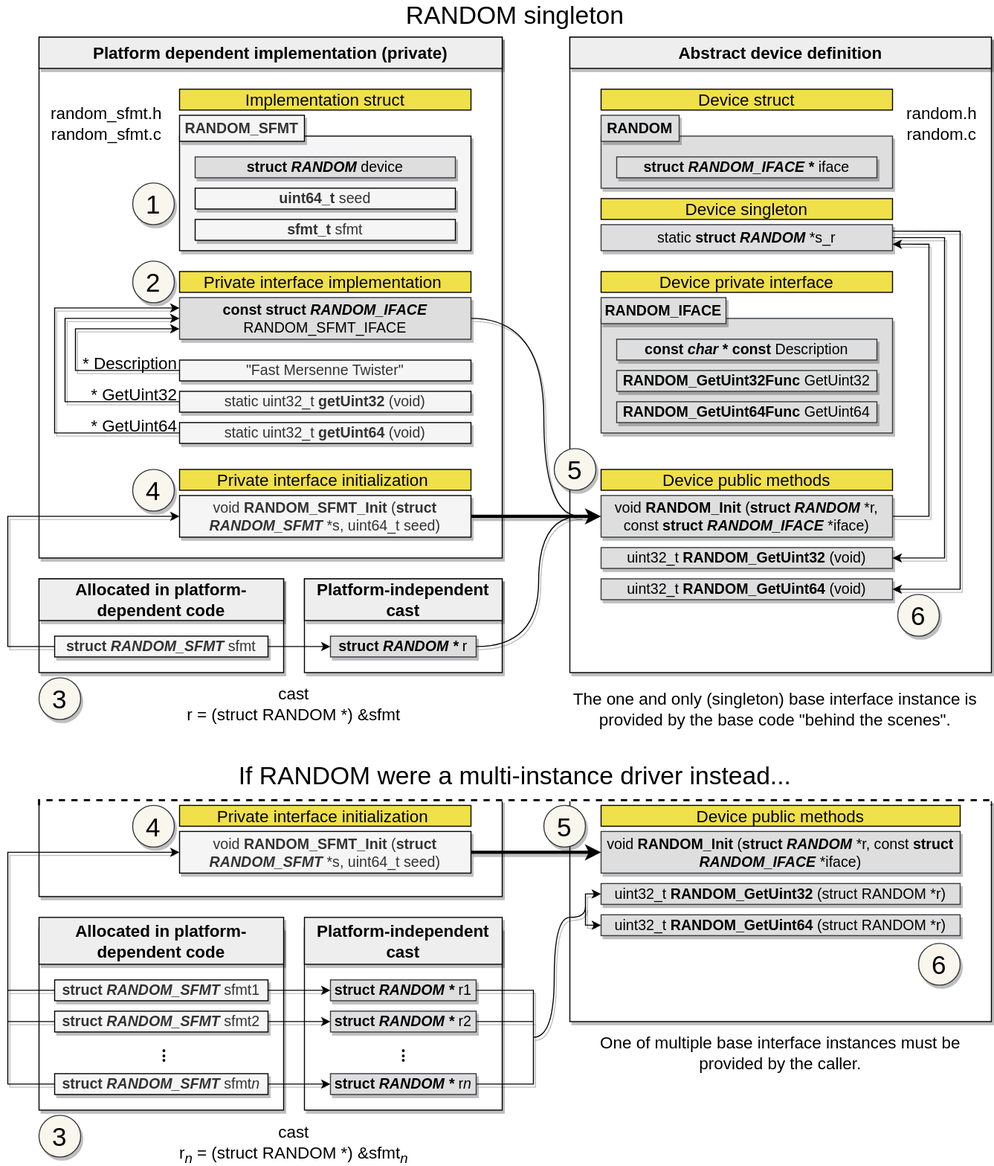
Earlier version of the draw.io export documentation/source/images/driver_model.drawio.svg (embedular/embedul.ar). Source tidied: cells renumbered, new cells last; positions are measured from the earlier drawing's top-left corner, leaving out a move shared by most shapes.
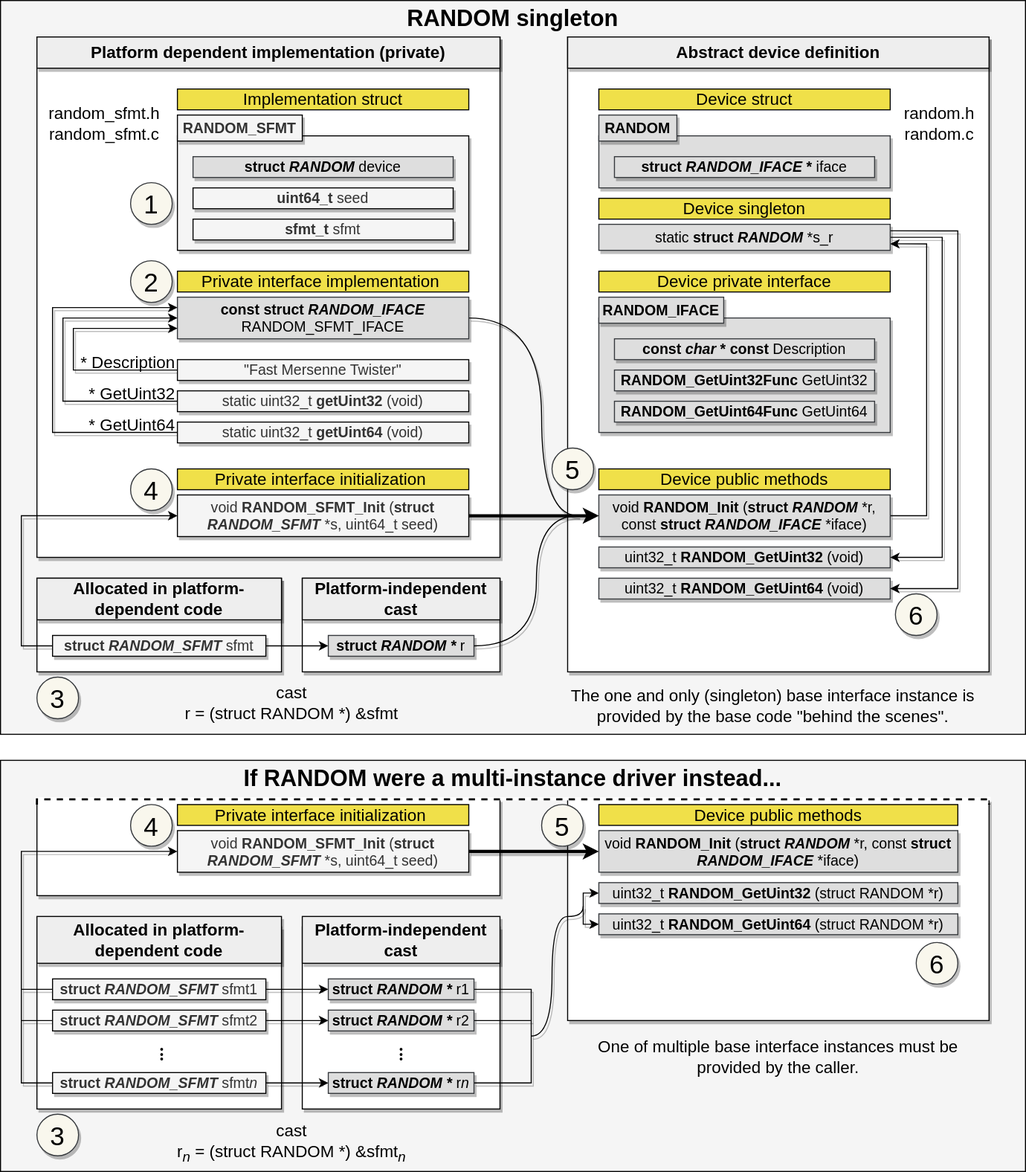
The same diagram one commit later.

Commit message:
Added background in driver model documentation diagram

Change to the diagram source:
```diff
@@ -2,6 +2,12 @@
   <root>
     <mxCell id="0" />
     <mxCell id="1" parent="0" />
+    <mxCell id="107" style="rounded=0;whiteSpace=wrap;html=1;shadow=0;fillColor=#F5F5F5;" parent="1" vertex="1">
+      <mxGeometry x="-5" y="730" width="985" height="395" as="geometry" />
+    </mxCell>
+    <mxCell id="108" style="rounded=0;whiteSpace=wrap;html=1;shadow=0;fillColor=#F5F5F5;" parent="1" vertex="1">
+      <mxGeometry x="-5" width="985" height="705" as="geometry" />
+    </mxCell>
     <mxCell id="2" style="rounded=0;whiteSpace=wrap;html=1;labelBackgroundColor=none;strokeColor=default;fillColor=#FFFFFF;align=right;shadow=1;glass=0;" parent="1" vertex="1">
       <mxGeometry x="30" y="767.5" width="445" height="92.5" as="geometry" />
     </mxCell>
@@ -198,8 +204,8 @@
     <mxCell id="51" style="edgeStyle=orthogonalEdgeStyle;rounded=0;jettySize=auto;html=1;exitX=0;exitY=0.5;exitDx=0;exitDy=0;entryX=0;entryY=0.5;entryDx=0;entryDy=0;fontSize=14;startArrow=none;startFill=0;endArrow=classic;endFill=1;strokeWidth=1;shadow=1;" parent="1" edge="1" source="53" target="48">
       <mxGeometry relative="1" as="geometry">
         <Array as="points">
-          <mxPoint y="620" />
-          <mxPoint y="495" />
+          <mxPoint x="15" y="620" />
+          <mxPoint x="15" y="495" />
         </Array>
       </mxGeometry>
     </mxCell>
@@ -263,8 +269,8 @@
     <mxCell id="69" style="edgeStyle=orthogonalEdgeStyle;rounded=0;jettySize=auto;html=1;exitX=0;exitY=0.5;exitDx=0;exitDy=0;entryX=0;entryY=0.5;entryDx=0;entryDy=0;fontSize=14;startArrow=none;startFill=0;endArrow=classic;endFill=1;strokeWidth=1;shadow=1;" parent="1" edge="1" source="71" target="66">
       <mxGeometry relative="1" as="geometry">
         <Array as="points">
-          <mxPoint y="950" />
-          <mxPoint y="818" />
+          <mxPoint x="15" y="950" />
+          <mxPoint x="15" y="818" />
         </Array>
       </mxGeometry>
     </mxCell>
@@ -293,7 +299,7 @@
     </mxCell>
     <mxCell id="76" style="edgeStyle=orthogonalEdgeStyle;rounded=0;jettySize=auto;html=1;exitX=0;exitY=0.5;exitDx=0;exitDy=0;fontSize=16;strokeWidth=1;endArrow=none;endFill=0;shadow=1;" parent="1" edge="1" source="77">
       <mxGeometry relative="1" as="geometry">
-        <mxPoint y="950" as="targetPoint" />
+        <mxPoint x="15" y="950" as="targetPoint" />
       </mxGeometry>
     </mxCell>
     <mxCell id="77" value="&lt;font size=&quot;1&quot;&gt;&lt;span style=&quot;font-size: 14px&quot;&gt;&lt;b&gt;struct &lt;i&gt;RANDOM_SFMT&lt;/i&gt;&amp;nbsp;&lt;/b&gt;sfmt2&lt;br&gt;&lt;/span&gt;&lt;/font&gt;" style="rounded=0;whiteSpace=wrap;html=1;fillColor=#f5f5f5;shadow=1;fontColor=#333333;strokeColor=#000000;" parent="1" vertex="1">
@@ -312,7 +318,7 @@
     </mxCell>
     <mxCell id="81" style="edgeStyle=orthogonalEdgeStyle;rounded=0;jettySize=auto;html=1;exitX=0;exitY=0.5;exitDx=0;exitDy=0;fontSize=16;strokeWidth=1;endArrow=none;endFill=0;shadow=1;" parent="1" edge="1" source="82">
       <mxGeometry relative="1" as="geometry">
-        <mxPoint y="980" as="targetPoint" />
+        <mxPoint x="15" y="980" as="targetPoint" />
       </mxGeometry>
     </mxCell>
     <mxCell id="82" value="&lt;font size=&quot;1&quot;&gt;&lt;span style=&quot;font-size: 14px&quot;&gt;&lt;b&gt;struct &lt;i&gt;RANDOM_SFMT&lt;/i&gt;&amp;nbsp;&lt;/b&gt;sfmt&lt;i&gt;n&lt;/i&gt;&lt;br&gt;&lt;/span&gt;&lt;/font&gt;" style="rounded=0;whiteSpace=wrap;html=1;fillColor=#f5f5f5;shadow=1;fontColor=#333333;strokeColor=#000000;" parent="1" vertex="1">
@@ -342,10 +348,10 @@
       <mxGeometry x="145" y="1085" width="260" height="25" as="geometry" />
     </mxCell>
     <mxCell id="88" value="&lt;font style=&quot;font-size: 16px;&quot;&gt;The one and only (singleton) base interface instance is provided by the base code &quot;behind the scenes&quot;.&lt;/font&gt;" style="text;html=1;strokeColor=none;fillColor=none;align=center;verticalAlign=middle;whiteSpace=wrap;rounded=0;" parent="1" vertex="1">
-      <mxGeometry x="535" y="655" width="405" height="50" as="geometry" />
+      <mxGeometry x="535" y="660" width="405" height="35" as="geometry" />
     </mxCell>
     <mxCell id="89" value="&lt;font style=&quot;&quot;&gt;&lt;font style=&quot;font-size: 16px;&quot;&gt;One of multiple base interface instances must be provided by the caller.&lt;/font&gt;&lt;br&gt;&lt;/font&gt;" style="text;html=1;strokeColor=none;fillColor=none;align=center;verticalAlign=middle;whiteSpace=wrap;rounded=0;" parent="1" vertex="1">
-      <mxGeometry x="540" y="995" width="405" height="30" as="geometry" />
+      <mxGeometry x="540" y="1000" width="405" height="30" as="geometry" />
     </mxCell>
     <mxCell id="90" style="edgeStyle=orthogonalEdgeStyle;jettySize=auto;html=1;exitX=1;exitY=0.5;exitDx=0;exitDy=0;fontSize=14;endArrow=none;endFill=0;strokeWidth=1;sketch=0;flowAnimation=0;orthogonal=0;curved=1;shadow=1;" parent="1" edge="1" source="55">
       <mxGeometry relative="1" as="geometry">
@@ -356,11 +362,11 @@
         </Array>
       </mxGeometry>
     </mxCell>
-    <mxCell id="91" value="&lt;font style=&quot;font-size: 24px;&quot;&gt;If RANDOM were a multi-instance driver instead...&lt;/font&gt;" style="text;html=1;strokeColor=none;fillColor=none;align=center;verticalAlign=middle;whiteSpace=wrap;rounded=0;shadow=1;fontSize=14;glass=0;" parent="1" vertex="1">
-      <mxGeometry x="30" y="730" width="915" height="30" as="geometry" />
+    <mxCell id="91" value="&lt;font style=&quot;font-size: 22px;&quot;&gt;&lt;b&gt;If RANDOM were a multi-instance driver instead...&lt;/b&gt;&lt;/font&gt;" style="text;html=1;strokeColor=none;fillColor=none;align=center;verticalAlign=middle;whiteSpace=wrap;rounded=0;shadow=1;fontSize=14;glass=0;" parent="1" vertex="1">
+      <mxGeometry x="30" y="735" width="915" height="25" as="geometry" />
     </mxCell>
-    <mxCell id="92" value="&lt;font style=&quot;font-size: 24px;&quot;&gt;RANDOM singleton&lt;/font&gt;" style="text;html=1;strokeColor=none;fillColor=none;align=center;verticalAlign=middle;whiteSpace=wrap;rounded=0;shadow=0;fontSize=14;" parent="1" vertex="1">
-      <mxGeometry x="30" width="915" height="30" as="geometry" />
+    <mxCell id="92" value="&lt;font style=&quot;font-size: 22px;&quot;&gt;&lt;b&gt;RANDOM singleton&lt;/b&gt;&lt;/font&gt;" style="text;html=1;strokeColor=none;fillColor=none;align=center;verticalAlign=middle;whiteSpace=wrap;rounded=0;shadow=0;fontSize=14;" parent="1" vertex="1">
+      <mxGeometry x="30" y="5" width="915" height="25" as="geometry" />
     </mxCell>
     <mxCell id="93" style="edgeStyle=orthogonalEdgeStyle;rounded=0;jettySize=auto;html=1;fontSize=14;startArrow=none;startFill=0;endArrow=classic;endFill=1;strokeWidth=3;entryX=0;entryY=0.5;entryDx=0;entryDy=0;exitX=1;exitY=0.5;exitDx=0;exitDy=0;jumpStyle=none;shadow=1;" parent="1" edge="1" source="66" target="64">
       <mxGeometry relative="1" as="geometry">
```
